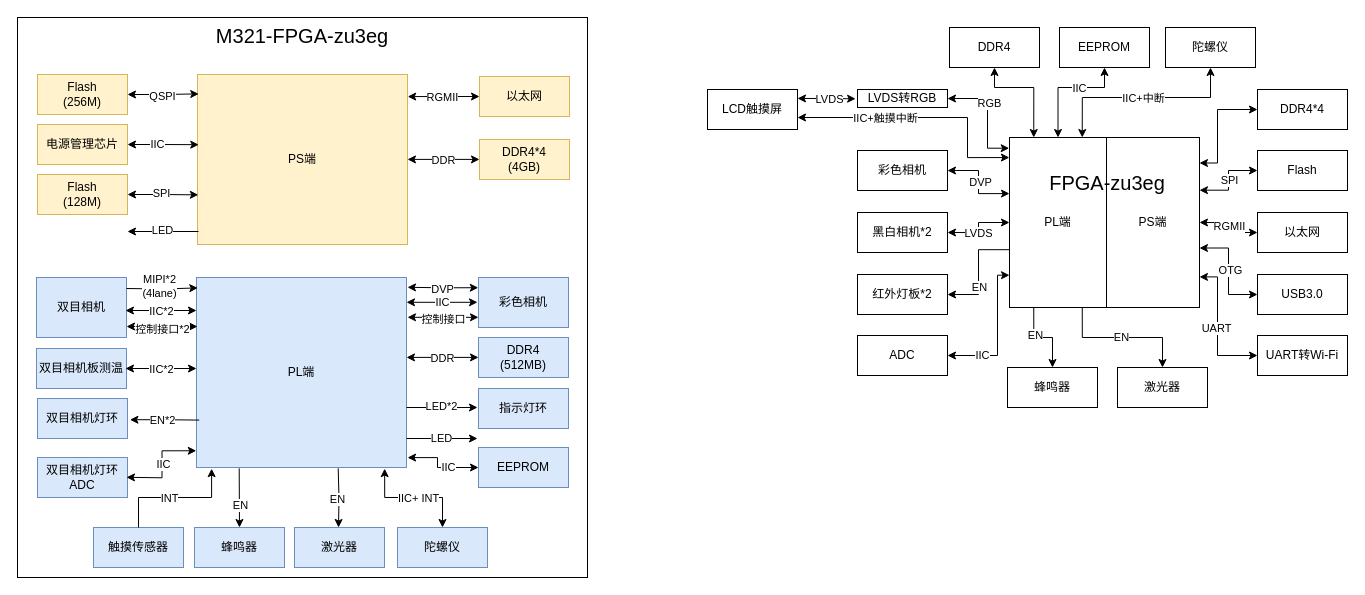
Above: page "ame-光学定位仪" (7 of 7) of 框图.drawio in hjh0920/flow_chart (draw.io), before the change. Source tidied: cells renumbered, new cells numbered last; positions are measured from the earlier drawing's top-left corner, leaving out a move shared by most shapes. Both pictures are drawn from the tidied source at 100%, with x=0, y=0 at pixel (17, 17).
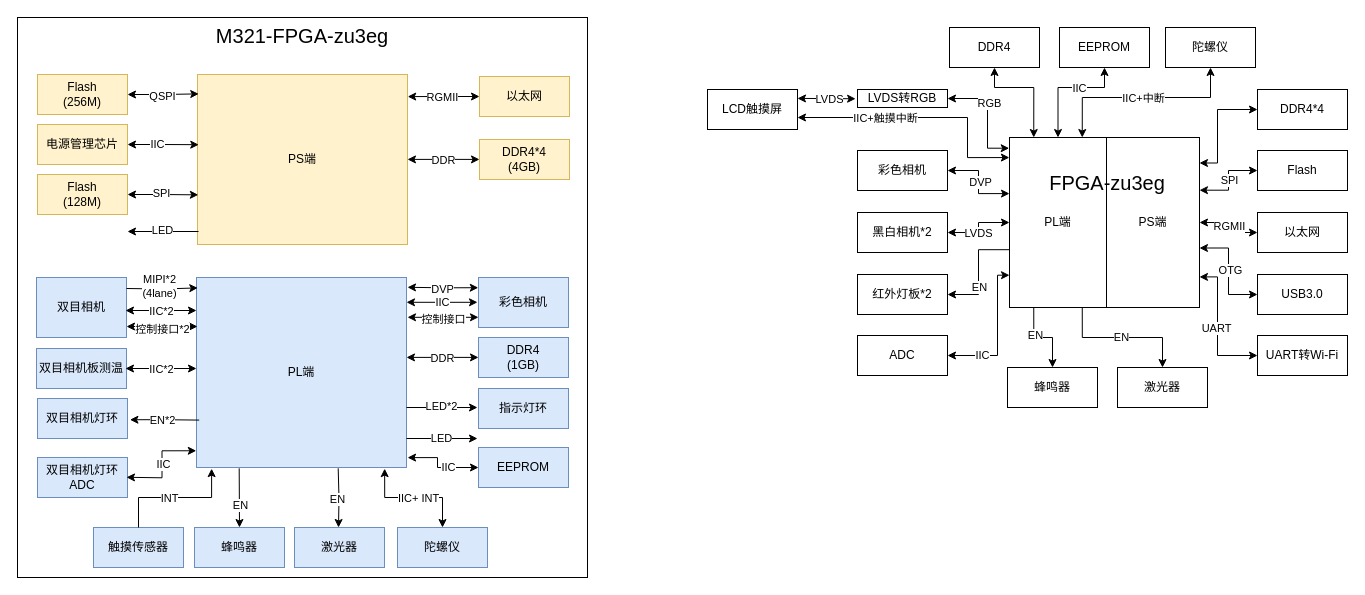
Above is the later version.

Diff of the diagram source:
```diff
@@
-    <mxCell id="80" value="DDR4&lt;div&gt;(512MB)&lt;/div&gt;" style="rounded=0;whiteSpace=wrap;html=1;fillColor=#dae8fc;strokeColor=#6c8ebf;" parent="1" vertex="1">
+    <mxCell id="80" value="DDR4&lt;div&gt;(1GB)&lt;/div&gt;" style="rounded=0;whiteSpace=wrap;html=1;fillColor=#dae8fc;strokeColor=#6c8ebf;" parent="1" vertex="1">
       <mxGeometry x="461" y="320" width="90" height="40" as="geometry" />
     </mxCell>
```
